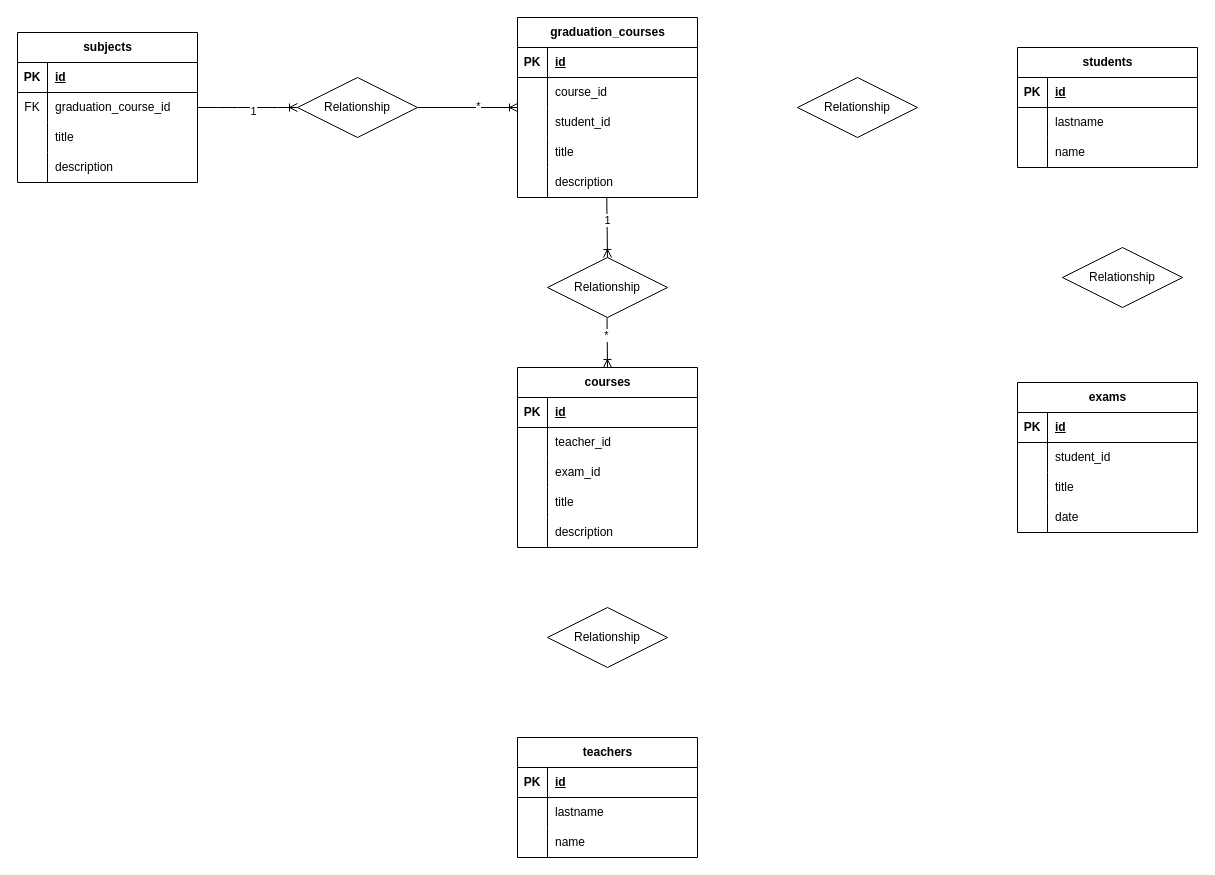
Earlier version of the draw.io diagram diagram.dio (gabrielemarchesano/db-university). Source tidied: cells renumbered, new cells numbered last; positions are measured from the earlier drawing's top-left corner, leaving out a move shared by most shapes. Both pictures are drawn from the tidied source at 100%, with x=0, y=0 at pixel (17, 17).
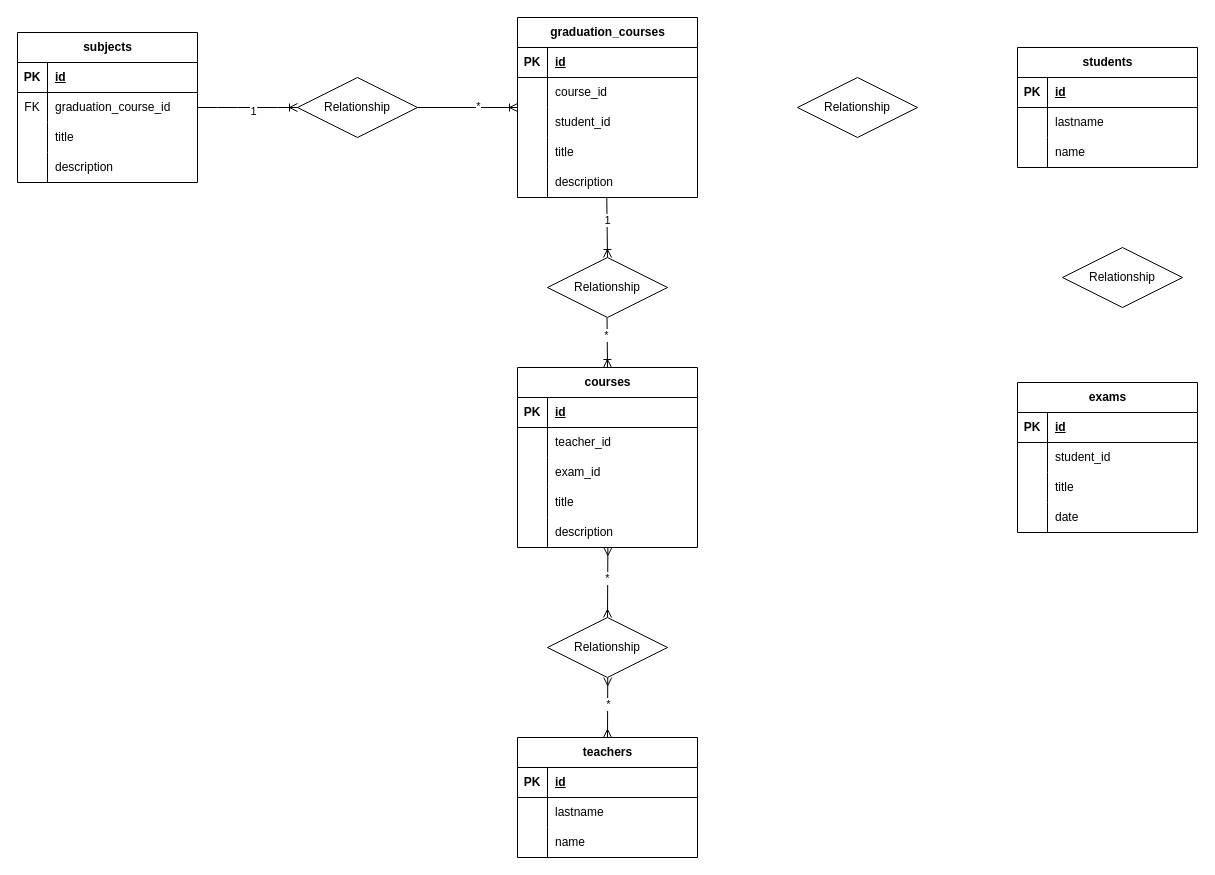
Above is the later version.

Commit message:
create the third relationship

The change refers to these unchanged cells:
```xml
<mxCell id="2" value="teachers" style="shape=table;startSize=30;childLayout=tableLayout;rowLines=0;fontStyle=1;align=center;html=1;" parent="1" vertex="1">
  <mxGeometry x="500" y="720" width="180" height="120" as="geometry" />
</mxCell>
<mxCell id="48" style="shape=tableRow;horizontal=0;startSize=0;swimlaneHead=0;swimlaneBody=0;fillColor=none;points=[[0,0.5],[1,0.5]];portConstraint=eastwest;top=0;left=0;right=0;bottom=0;" parent="35" vertex="1">
  <mxGeometry y="150" width="180" height="30" as="geometry" />
</mxCell>
```

Change to the diagram source:
```diff
@@
-    <mxCell id="82" value="Relationship" style="shape=rhombus;perimeter=rhombusPerimeter;whiteSpace=wrap;html=1;align=center;" parent="1" vertex="1">
-      <mxGeometry x="530" y="590" width="120" height="60" as="geometry" />
-    </mxCell>
@@
+    <mxCell id="93" style="fontSize=12;html=1;endArrow=ERmany;startArrow=ERmany;exitX=0.502;exitY=1.001;exitDx=0;exitDy=0;exitPerimeter=0;entryX=0.5;entryY=0;entryDx=0;entryDy=0;" parent="1" edge="1" source="82" target="2">
+      <mxGeometry relative="1" as="geometry" />
+    </mxCell>
+    <mxCell id="94" value="*" style="edgeLabel;html=1;align=center;verticalAlign=middle;" parent="93" vertex="1">
+      <mxGeometry x="-0.14" relative="1" as="geometry" />
+    </mxCell>
+    <mxCell id="95" style="fontSize=12;html=1;endArrow=ERmany;startArrow=ERmany;exitX=0.502;exitY=1.001;exitDx=0;exitDy=0;exitPerimeter=0;entryX=0.5;entryY=0;entryDx=0;entryDy=0;" parent="1" edge="1" source="48" target="82">
+      <mxGeometry relative="1" as="geometry" />
+    </mxCell>
+    <mxCell id="96" value="*" style="edgeLabel;html=1;align=center;verticalAlign=middle;" parent="95" vertex="1">
+      <mxGeometry x="-0.15" y="-1" relative="1" as="geometry" />
+    </mxCell>
+    <mxCell id="82" value="Relationship" style="shape=rhombus;perimeter=rhombusPerimeter;whiteSpace=wrap;html=1;align=center;" parent="1" vertex="1">
+      <mxGeometry x="530" y="600" width="120" height="60" as="geometry" />
+    </mxCell>
```
